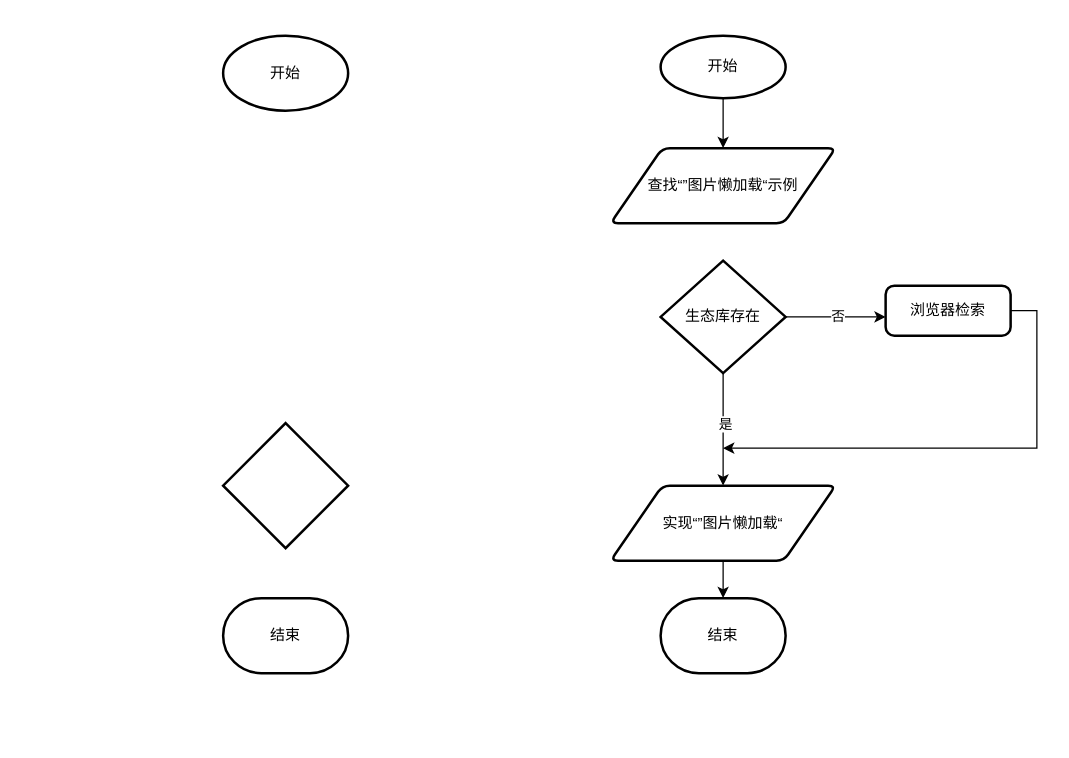
Above: 低代码—资源不共享.drawio in tangyaosimida/love (draw.io), before the change. Source tidied: cells renumbered, new cells numbered last; positions are measured from the earlier drawing's top-left corner, leaving out a move shared by most shapes. Both pictures are drawn from the tidied source at 125%, with x=0, y=0 at pixel (222, 35).
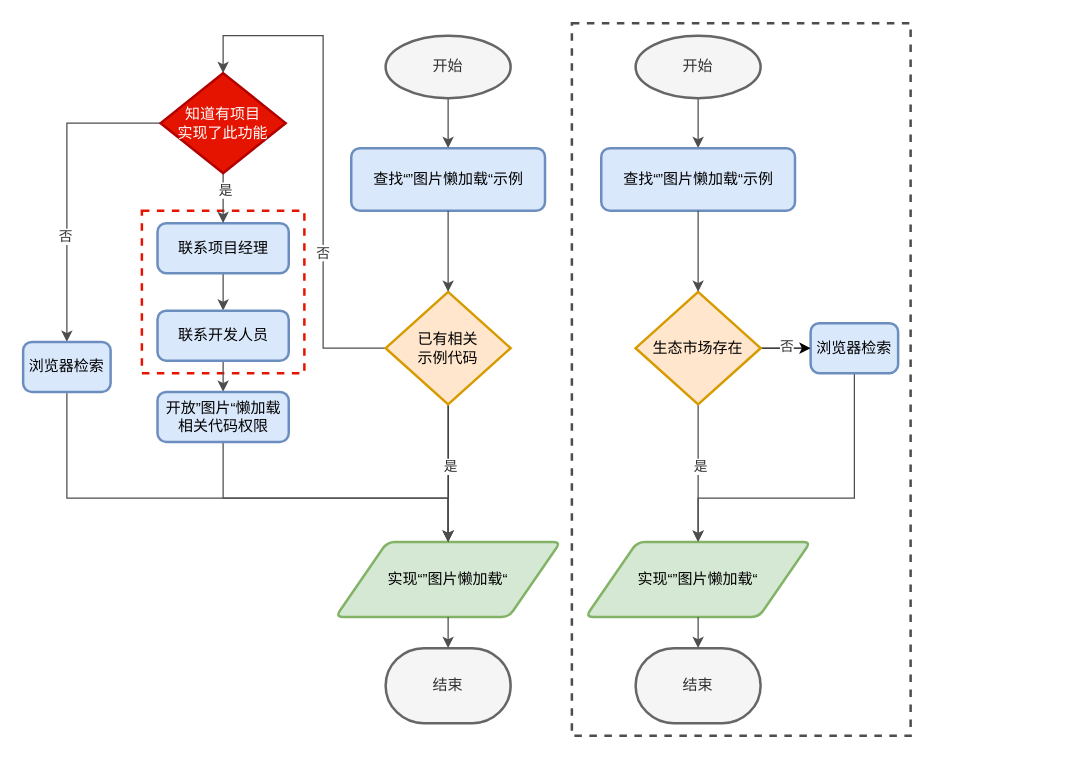
The same page after the edit.

Commit message (it also covers changes not shown here):
更新低代码—资源不共享.drawio

Diff of the diagram source:
```diff
@@
-    <mxCell id="2" value="开始" style="strokeWidth=2;html=1;shape=mxgraph.flowchart.start_1;whiteSpace=wrap;" parent="1" vertex="1">
-      <mxGeometry width="100" height="60" as="geometry" />
-    </mxCell>
-    <mxCell id="3" value="结束" style="strokeWidth=2;html=1;shape=mxgraph.flowchart.terminator;whiteSpace=wrap;" parent="1" vertex="1">
-      <mxGeometry y="450" width="100" height="60" as="geometry" />
-    </mxCell>
-    <mxCell id="4" style="edgeStyle=orthogonalEdgeStyle;rounded=0;jettySize=auto;html=1;" parent="1" edge="1" source="5">
-      <mxGeometry relative="1" as="geometry">
-        <mxPoint x="400" y="330" as="targetPoint" />
-        <Array as="points">
-          <mxPoint x="651" y="220" />
-        </Array>
-      </mxGeometry>
-    </mxCell>
+    <mxCell id="18" style="whiteSpace=wrap;html=1;fillColor=none;fontColor=#ffffff;strokeColor=#E51400;dashed=1;strokeWidth=2;" parent="1" vertex="1">
+      <mxGeometry x="-65" y="140" width="130" height="130" as="geometry" />
+    </mxCell>
+    <mxCell id="19" style="edgeStyle=orthogonalEdgeStyle;rounded=0;jettySize=auto;html=1;exitX=0.5;exitY=1;exitDx=0;exitDy=0;entryX=0.5;entryY=0;entryDx=0;entryDy=0;fontColor=#333333;strokeColor=#4D4D4D;" parent="1" edge="1" source="5" target="7">
+      <mxGeometry relative="1" as="geometry">
+        <Array as="points">
+          <mxPoint x="505" y="370" />
+          <mxPoint x="380" y="370" />
+        </Array>
+      </mxGeometry>
+    </mxCell>
-    <mxCell id="5" value="浏览器检索" style="rounded=1;whiteSpace=wrap;html=1;absoluteArcSize=1;arcSize=14;strokeWidth=2;" parent="1" vertex="1">
-      <mxGeometry x="530" y="200" width="100" height="40" as="geometry" />
+    <mxCell id="5" value="浏览器检索" style="rounded=1;whiteSpace=wrap;html=1;absoluteArcSize=1;arcSize=14;strokeWidth=2;fillColor=#dae8fc;strokeColor=#6c8ebf;" parent="1" vertex="1">
+      <mxGeometry x="470" y="230" width="70" height="40" as="geometry" />
     </mxCell>
-    <mxCell id="6" style="strokeWidth=2;html=1;shape=mxgraph.flowchart.decision;whiteSpace=wrap;" parent="1" vertex="1">
-      <mxGeometry y="310" width="100" height="100" as="geometry" />
-    </mxCell>
-    <mxCell id="7" value="实现“”图片懒加载“" style="shape=parallelogram;html=1;strokeWidth=2;perimeter=parallelogramPerimeter;whiteSpace=wrap;rounded=1;arcSize=12;size=0.23;" parent="1" vertex="1">
-      <mxGeometry x="310" y="360" width="180" height="60" as="geometry" />
+    <mxCell id="7" value="实现“”图片懒加载“" style="shape=parallelogram;html=1;strokeWidth=2;perimeter=parallelogramPerimeter;whiteSpace=wrap;rounded=1;arcSize=12;size=0.23;fillColor=#d5e8d4;strokeColor=#82b366;" parent="1" vertex="1">
+      <mxGeometry x="290" y="405" width="180" height="60" as="geometry" />
     </mxCell>
-    <mxCell id="8" style="edgeStyle=orthogonalEdgeStyle;rounded=0;jettySize=auto;html=1;" parent="1" edge="1" source="9" target="16">
-      <mxGeometry relative="1" as="geometry" />
+    <mxCell id="8" style="edgeStyle=orthogonalEdgeStyle;rounded=0;jettySize=auto;html=1;fontColor=#333333;strokeColor=#4D4D4D;" parent="1" edge="1" source="9">
+      <mxGeometry relative="1" as="geometry">
+        <mxPoint x="380" y="90" as="targetPoint" />
+      </mxGeometry>
     </mxCell>
-    <mxCell id="9" value="开始" style="strokeWidth=2;html=1;shape=mxgraph.flowchart.start_1;whiteSpace=wrap;" parent="1" vertex="1">
-      <mxGeometry x="350" width="100" height="50" as="geometry" />
+    <mxCell id="9" value="开始" style="strokeWidth=2;html=1;shape=mxgraph.flowchart.start_1;whiteSpace=wrap;fontColor=#333333;fillColor=#f5f5f5;strokeColor=#666666;" parent="1" vertex="1">
+      <mxGeometry x="330" width="100" height="50" as="geometry" />
     </mxCell>
-    <mxCell id="10" value="结束" style="strokeWidth=2;html=1;shape=mxgraph.flowchart.terminator;whiteSpace=wrap;" parent="1" vertex="1">
-      <mxGeometry x="350" y="450" width="100" height="60" as="geometry" />
+    <mxCell id="10" value="结束" style="strokeWidth=2;html=1;shape=mxgraph.flowchart.terminator;whiteSpace=wrap;fontColor=#333333;fillColor=#f5f5f5;strokeColor=#666666;" parent="1" vertex="1">
+      <mxGeometry x="330" y="490" width="100" height="60" as="geometry" />
     </mxCell>
-    <mxCell id="11" style="edgeStyle=orthogonalEdgeStyle;rounded=0;jettySize=auto;html=1;" parent="1" edge="1" source="15" target="7">
+    <mxCell id="11" style="edgeStyle=orthogonalEdgeStyle;rounded=0;jettySize=auto;html=1;fontColor=#333333;strokeColor=#4D4D4D;" parent="1" edge="1" source="15" target="7">
       <mxGeometry relative="1" as="geometry" />
     </mxCell>
-    <mxCell id="12" value="是" style="edgeLabel;html=1;align=center;verticalAlign=middle;" parent="11" vertex="1">
+    <mxCell id="12" value="是" style="edgeLabel;html=1;align=center;verticalAlign=middle;fontColor=#333333;" parent="11" vertex="1">
       <mxGeometry x="-0.11" y="1" relative="1" as="geometry" />
     </mxCell>
-    <mxCell id="13" style="edgeStyle=orthogonalEdgeStyle;rounded=0;jettySize=auto;html=1;exitX=1;exitY=0.5;exitDx=0;exitDy=0;exitPerimeter=0;" parent="1" edge="1" source="15">
-      <mxGeometry relative="1" as="geometry">
-        <mxPoint x="530" y="225" as="targetPoint" />
-      </mxGeometry>
+    <mxCell id="13" style="edgeStyle=orthogonalEdgeStyle;rounded=0;jettySize=auto;html=1;exitX=1;exitY=0.5;exitDx=0;exitDy=0;exitPerimeter=0;entryX=0;entryY=0.5;entryDx=0;entryDy=0;fontColor=#333333;" parent="1" edge="1" source="15" target="5">
+      <mxGeometry relative="1" as="geometry" />
     </mxCell>
-    <mxCell id="14" value="否" style="edgeLabel;html=1;align=center;verticalAlign=middle;" parent="13" vertex="1">
+    <mxCell id="14" value="否" style="edgeLabel;html=1;align=center;verticalAlign=middle;fontColor=#333333;" parent="13" vertex="1">
       <mxGeometry x="-0.01" y="1" relative="1" as="geometry">
         <mxPoint y="-1" as="offset" />
       </mxGeometry>
     </mxCell>
-    <mxCell id="15" value="生态库存在" style="strokeWidth=2;html=1;shape=mxgraph.flowchart.decision;whiteSpace=wrap;" parent="1" vertex="1">
-      <mxGeometry x="350" y="180" width="100" height="90" as="geometry" />
+    <mxCell id="15" value="生态市场存在" style="strokeWidth=2;html=1;shape=mxgraph.flowchart.decision;whiteSpace=wrap;fillColor=#ffe6cc;strokeColor=#d79b00;" parent="1" vertex="1">
+      <mxGeometry x="330" y="205" width="100" height="90" as="geometry" />
     </mxCell>
-    <mxCell id="16" value="查找“”图片懒加载“示例" style="shape=parallelogram;html=1;strokeWidth=2;perimeter=parallelogramPerimeter;whiteSpace=wrap;rounded=1;arcSize=12;size=0.23;" parent="1" vertex="1">
-      <mxGeometry x="310" y="90" width="180" height="60" as="geometry" />
-    </mxCell>
-    <mxCell id="17" style="edgeStyle=orthogonalEdgeStyle;rounded=0;jettySize=auto;html=1;exitX=0.5;exitY=1;exitDx=0;exitDy=0;entryX=0.5;entryY=0;entryDx=0;entryDy=0;entryPerimeter=0;" parent="1" edge="1" source="7" target="10">
+    <mxCell id="17" style="edgeStyle=orthogonalEdgeStyle;rounded=0;jettySize=auto;html=1;exitX=0.5;exitY=1;exitDx=0;exitDy=0;entryX=0.5;entryY=0;entryDx=0;entryDy=0;entryPerimeter=0;fontColor=#333333;strokeColor=#4D4D4D;" parent="1" edge="1" source="7" target="10">
       <mxGeometry relative="1" as="geometry" />
     </mxCell>
+    <mxCell id="20" value="查找“”图片懒加载“示例" style="rounded=1;whiteSpace=wrap;html=1;absoluteArcSize=1;arcSize=14;strokeWidth=2;fillColor=#dae8fc;strokeColor=#6c8ebf;" parent="1" vertex="1">
+      <mxGeometry x="302.5" y="90" width="155" height="50" as="geometry" />
+    </mxCell>
+    <mxCell id="21" style="edgeStyle=orthogonalEdgeStyle;rounded=0;jettySize=auto;html=1;exitX=0.5;exitY=1;exitDx=0;exitDy=0;entryX=0.5;entryY=0;entryDx=0;entryDy=0;entryPerimeter=0;fontColor=#333333;strokeColor=#4D4D4D;" parent="1" edge="1" source="20" target="15">
+      <mxGeometry relative="1" as="geometry" />
+    </mxCell>
+    <mxCell id="22" value="实现“”图片懒加载“" style="shape=parallelogram;html=1;strokeWidth=2;perimeter=parallelogramPerimeter;whiteSpace=wrap;rounded=1;arcSize=12;size=0.23;fillColor=#d5e8d4;strokeColor=#82b366;" parent="1" vertex="1">
+      <mxGeometry x="90" y="405" width="180" height="60" as="geometry" />
+    </mxCell>
+    <mxCell id="23" style="edgeStyle=orthogonalEdgeStyle;rounded=0;jettySize=auto;html=1;fontColor=#333333;strokeColor=#4D4D4D;" parent="1" edge="1" source="2">
+      <mxGeometry relative="1" as="geometry">
+        <mxPoint x="180" y="90" as="targetPoint" />
+      </mxGeometry>
+    </mxCell>
+    <mxCell id="2" value="开始" style="strokeWidth=2;html=1;shape=mxgraph.flowchart.start_1;whiteSpace=wrap;fontColor=#333333;fillColor=#f5f5f5;strokeColor=#666666;" parent="1" vertex="1">
+      <mxGeometry x="130" width="100" height="50" as="geometry" />
+    </mxCell>
+    <mxCell id="3" value="结束" style="strokeWidth=2;html=1;shape=mxgraph.flowchart.terminator;whiteSpace=wrap;fontColor=#333333;fillColor=#f5f5f5;strokeColor=#666666;" parent="1" vertex="1">
+      <mxGeometry x="130" y="490" width="100" height="60" as="geometry" />
+    </mxCell>
+    <mxCell id="24" style="edgeStyle=orthogonalEdgeStyle;rounded=0;jettySize=auto;html=1;fontColor=#333333;" parent="1" edge="1" source="28" target="22">
+      <mxGeometry relative="1" as="geometry" />
+    </mxCell>
+    <mxCell id="25" value="是" style="edgeLabel;html=1;align=center;verticalAlign=middle;fontColor=#333333;" parent="24" vertex="1">
+      <mxGeometry x="-0.11" y="1" relative="1" as="geometry" />
+    </mxCell>
+    <mxCell id="26" style="edgeStyle=orthogonalEdgeStyle;rounded=0;jettySize=auto;html=1;exitX=0;exitY=0.5;exitDx=0;exitDy=0;exitPerimeter=0;fontColor=#333333;strokeColor=#4D4D4D;" parent="1" edge="1" source="28">
+      <mxGeometry relative="1" as="geometry">
+        <mxPoint y="30" as="targetPoint" />
+        <Array as="points">
+          <mxPoint x="80" y="250" />
+          <mxPoint x="80" />
+          <mxPoint />
+        </Array>
+      </mxGeometry>
+    </mxCell>
+    <mxCell id="27" value="否" style="edgeLabel;html=1;align=center;verticalAlign=middle;fontColor=#333333;" parent="26" vertex="1">
+      <mxGeometry x="-0.38" y="1" relative="1" as="geometry" />
+    </mxCell>
+    <mxCell id="28" value="已有相关&lt;br&gt;示例代码" style="strokeWidth=2;html=1;shape=mxgraph.flowchart.decision;whiteSpace=wrap;fillColor=#ffe6cc;strokeColor=#d79b00;" parent="1" vertex="1">
+      <mxGeometry x="130" y="205" width="100" height="90" as="geometry" />
+    </mxCell>
+    <mxCell id="29" style="edgeStyle=orthogonalEdgeStyle;rounded=0;jettySize=auto;html=1;exitX=0.5;exitY=1;exitDx=0;exitDy=0;entryX=0.5;entryY=0;entryDx=0;entryDy=0;entryPerimeter=0;fontColor=#333333;strokeColor=#4D4D4D;" parent="1" edge="1" source="22" target="3">
+      <mxGeometry relative="1" as="geometry" />
+    </mxCell>
+    <mxCell id="30" value="查找“”图片懒加载“示例" style="rounded=1;whiteSpace=wrap;html=1;absoluteArcSize=1;arcSize=14;strokeWidth=2;fillColor=#dae8fc;strokeColor=#6c8ebf;" parent="1" vertex="1">
+      <mxGeometry x="102.5" y="90" width="155" height="50" as="geometry" />
+    </mxCell>
+    <mxCell id="31" style="edgeStyle=orthogonalEdgeStyle;rounded=0;jettySize=auto;html=1;exitX=0.5;exitY=1;exitDx=0;exitDy=0;entryX=0.5;entryY=0;entryDx=0;entryDy=0;entryPerimeter=0;fontColor=#333333;strokeColor=#4D4D4D;" parent="1" edge="1" source="30" target="28">
+      <mxGeometry relative="1" as="geometry" />
+    </mxCell>
+    <mxCell id="32" style="edgeStyle=orthogonalEdgeStyle;rounded=0;jettySize=auto;html=1;exitX=0.5;exitY=1;exitDx=0;exitDy=0;entryX=0.5;entryY=0;entryDx=0;entryDy=0;fontColor=#333333;strokeColor=#4D4D4D;" parent="1" edge="1" source="33" target="42">
+      <mxGeometry relative="1" as="geometry" />
+    </mxCell>
+    <mxCell id="33" value="联系项目经理" style="rounded=1;whiteSpace=wrap;html=1;absoluteArcSize=1;arcSize=14;strokeWidth=2;fillColor=#dae8fc;strokeColor=#6c8ebf;" parent="1" vertex="1">
+      <mxGeometry x="-52.5" y="150" width="105" height="40" as="geometry" />
+    </mxCell>
+    <mxCell id="34" style="edgeStyle=orthogonalEdgeStyle;rounded=0;jettySize=auto;html=1;exitX=0.5;exitY=1;exitDx=0;exitDy=0;exitPerimeter=0;entryX=0.5;entryY=0;entryDx=0;entryDy=0;fontColor=#333333;strokeColor=#4D4D4D;" parent="1" edge="1" source="38" target="33">
+      <mxGeometry relative="1" as="geometry" />
+    </mxCell>
+    <mxCell id="35" value="是" style="edgeLabel;html=1;align=center;verticalAlign=middle;fontColor=#333333;" parent="34" vertex="1">
+      <mxGeometry x="-0.33" y="1" relative="1" as="geometry" />
+    </mxCell>
+    <mxCell id="36" style="edgeStyle=orthogonalEdgeStyle;rounded=0;jettySize=auto;html=1;exitX=0;exitY=0.5;exitDx=0;exitDy=0;exitPerimeter=0;entryX=0.5;entryY=0;entryDx=0;entryDy=0;fontColor=#333333;strokeColor=#4D4D4D;" parent="1" edge="1" source="38" target="40">
+      <mxGeometry relative="1" as="geometry" />
+    </mxCell>
+    <mxCell id="37" value="否" style="edgeLabel;html=1;align=center;verticalAlign=middle;fontColor=#333333;" parent="36" vertex="1">
+      <mxGeometry x="0.32" y="-2" relative="1" as="geometry" />
+    </mxCell>
+    <mxCell id="38" value="知道有项目&lt;br&gt;实现了此功能" style="strokeWidth=2;html=1;shape=mxgraph.flowchart.decision;whiteSpace=wrap;fillColor=#e51400;strokeColor=#B20000;fontColor=#ffffff;" parent="1" vertex="1">
+      <mxGeometry x="-50" y="30" width="100" height="80" as="geometry" />
+    </mxCell>
+    <mxCell id="39" style="edgeStyle=orthogonalEdgeStyle;rounded=0;jettySize=auto;html=1;exitX=0.5;exitY=1;exitDx=0;exitDy=0;entryX=0.5;entryY=0;entryDx=0;entryDy=0;fontColor=#333333;strokeColor=#4D4D4D;" parent="1" edge="1" source="40" target="22">
+      <mxGeometry relative="1" as="geometry">
+        <Array as="points">
+          <mxPoint x="-125" y="370" />
+          <mxPoint x="180" y="370" />
+        </Array>
+      </mxGeometry>
+    </mxCell>
+    <mxCell id="40" value="浏览器检索" style="rounded=1;whiteSpace=wrap;html=1;absoluteArcSize=1;arcSize=14;strokeWidth=2;fillColor=#dae8fc;strokeColor=#6c8ebf;" parent="1" vertex="1">
+      <mxGeometry x="-160" y="245" width="70" height="40" as="geometry" />
+    </mxCell>
+    <mxCell id="41" style="edgeStyle=orthogonalEdgeStyle;rounded=0;jettySize=auto;html=1;exitX=0.5;exitY=1;exitDx=0;exitDy=0;entryX=0.5;entryY=0;entryDx=0;entryDy=0;fontColor=#333333;strokeColor=#4D4D4D;" parent="1" edge="1" source="42" target="44">
+      <mxGeometry relative="1" as="geometry" />
+    </mxCell>
+    <mxCell id="42" value="联系开发人员" style="rounded=1;whiteSpace=wrap;html=1;absoluteArcSize=1;arcSize=14;strokeWidth=2;fillColor=#dae8fc;strokeColor=#6c8ebf;" parent="1" vertex="1">
+      <mxGeometry x="-52.5" y="220" width="105" height="40" as="geometry" />
+    </mxCell>
+    <mxCell id="43" style="edgeStyle=orthogonalEdgeStyle;rounded=0;jettySize=auto;html=1;exitX=0.5;exitY=1;exitDx=0;exitDy=0;entryX=0.5;entryY=0;entryDx=0;entryDy=0;fontColor=#333333;strokeColor=#4D4D4D;" parent="1" edge="1" source="44" target="22">
+      <mxGeometry relative="1" as="geometry">
+        <Array as="points">
+          <mxPoint y="370" />
+          <mxPoint x="180" y="370" />
+        </Array>
+      </mxGeometry>
+    </mxCell>
+    <mxCell id="44" value="开放”图片“懒加载相关代码权限" style="rounded=1;whiteSpace=wrap;html=1;absoluteArcSize=1;arcSize=14;strokeWidth=2;fillColor=#dae8fc;strokeColor=#6c8ebf;" parent="1" vertex="1">
+      <mxGeometry x="-52.5" y="285" width="105" height="40" as="geometry" />
+    </mxCell>
+    <mxCell id="45" style="rounded=0;whiteSpace=wrap;html=1;fillColor=none;dashed=1;strokeWidth=2;strokeColor=#4D4D4D;" parent="1" vertex="1">
+      <mxGeometry x="279" y="-10" width="271" height="570" as="geometry" />
+    </mxCell>
```
